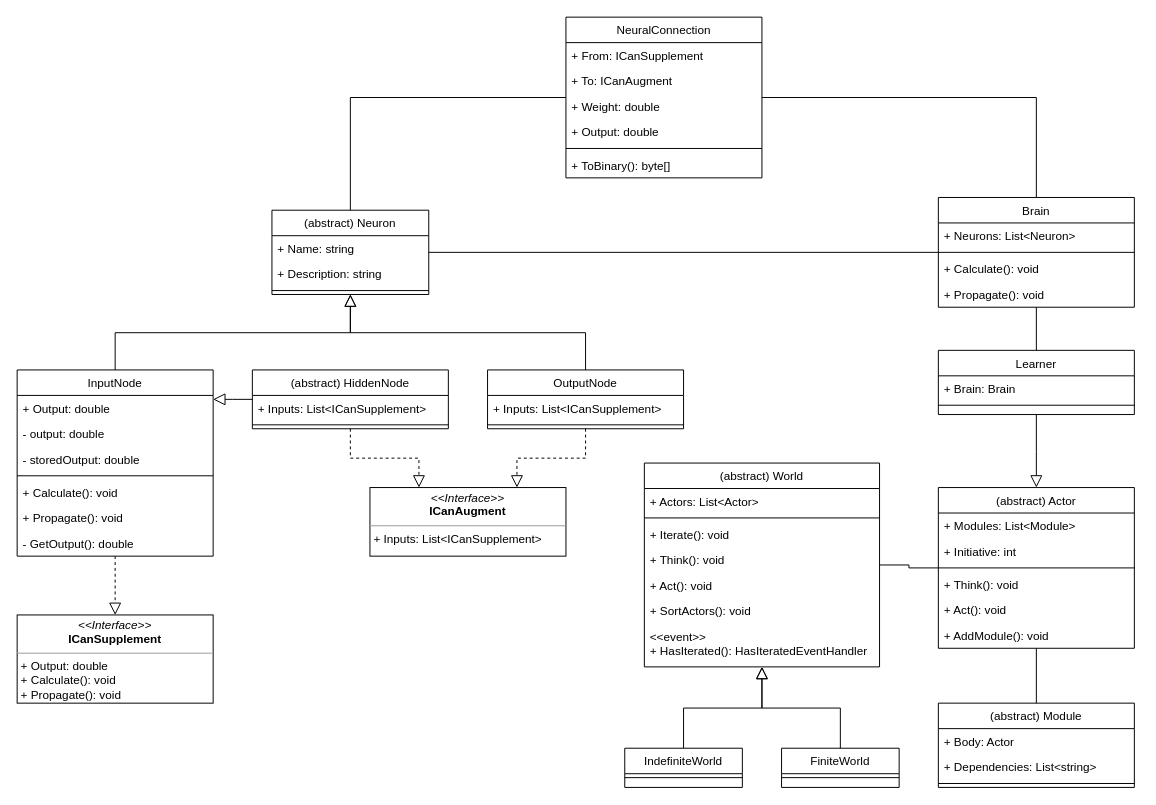
Earlier version of the draw.io diagram ClassDiagram.drawio (Exouxas/FosterScript.Core). Source tidied: cells renumbered, new cells numbered last; positions are measured from the earlier drawing's top-left corner, leaving out a move shared by most shapes. Both pictures are drawn from the tidied source at 98%, with x=0, y=0 at pixel (17, 17).
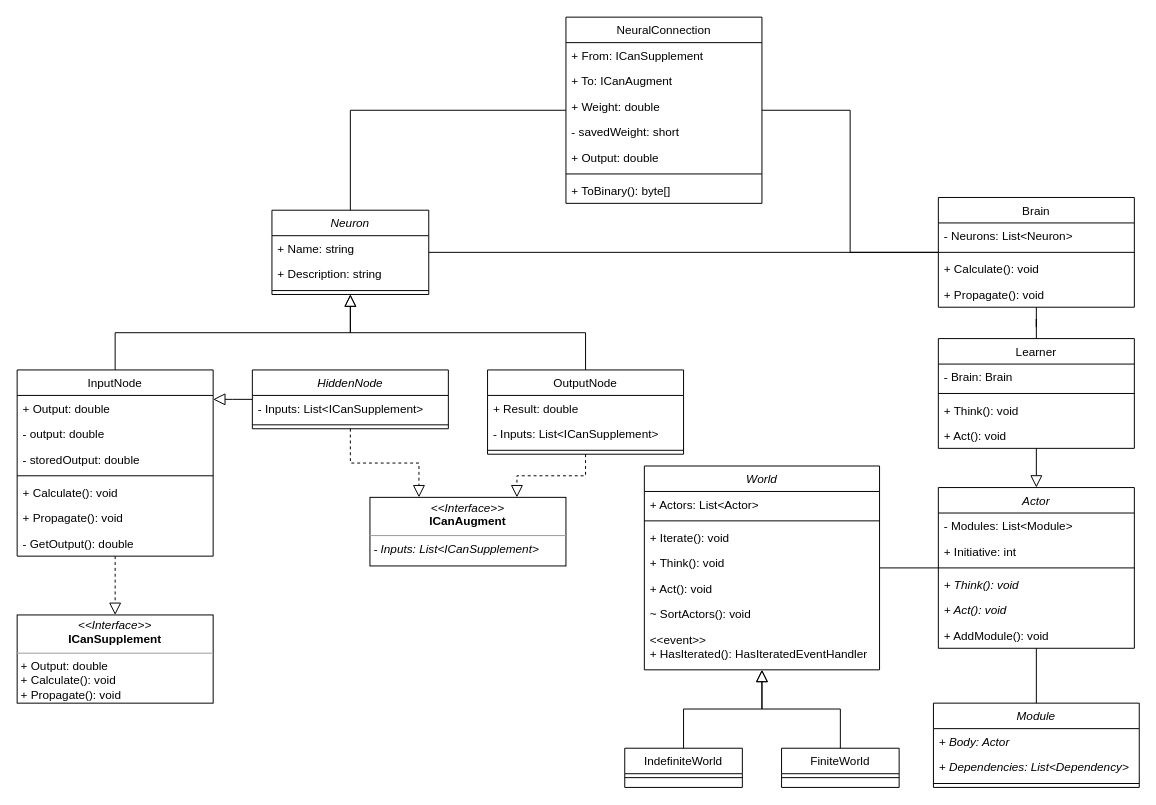
Above is the later version.

The change refers to these unchanged cells:
```xml
<mxCell id="36" value="Brain" style="swimlane;fontStyle=0;align=center;verticalAlign=top;horizontal=1;startSize=26;rounded=0;shadow=0;strokeWidth=1;" parent="1" vertex="1">
  <mxGeometry x="940" y="184" width="200" height="112" as="geometry" />
</mxCell>
```

The edit, as a diff of the source:
```diff
@@
-    <mxCell id="2" value="(abstract) Neuron" style="swimlane;fontStyle=0;align=center;verticalAlign=top;horizontal=1;startSize=26;rounded=0;shadow=0;strokeWidth=1;" parent="1" vertex="1">
+    <mxCell id="2" value="Neuron" style="swimlane;fontStyle=2;align=center;verticalAlign=top;horizontal=1;startSize=26;rounded=0;shadow=0;strokeWidth=1;" parent="1" vertex="1">
       <mxGeometry x="260" y="197" width="160" height="86" as="geometry" />
     </mxCell>
@@
     <mxCell id="15" value="OutputNode" style="swimlane;fontStyle=0;align=center;verticalAlign=top;horizontal=1;startSize=26;rounded=0;shadow=0;strokeWidth=1;" parent="1" vertex="1">
-      <mxGeometry x="480" y="360" width="200" height="60" as="geometry" />
+      <mxGeometry x="480" y="360" width="200" height="86" as="geometry" />
     </mxCell>
-    <mxCell id="16" value="+ Inputs: List&lt;ICanSupplement&gt;" style="text;align=left;verticalAlign=top;spacingLeft=4;spacingRight=4;overflow=hidden;rounded=0;shadow=0;html=0;" parent="15" vertex="1">
+    <mxCell id="16" value="+ Result: double" style="text;align=left;verticalAlign=top;spacingLeft=4;spacingRight=4;overflow=hidden;rounded=0;shadow=0;html=0;" parent="15" vertex="1">
       <mxGeometry y="26" width="200" height="26" as="geometry" />
     </mxCell>
+    <mxCell id="75" value="- Inputs: List&lt;ICanSupplement&gt;" style="text;align=left;verticalAlign=top;spacingLeft=4;spacingRight=4;overflow=hidden;rounded=0;shadow=0;html=0;" parent="15" vertex="1">
+      <mxGeometry y="52" width="200" height="26" as="geometry" />
+    </mxCell>
     <mxCell id="17" style="line;html=1;strokeWidth=1;align=left;verticalAlign=middle;spacingTop=-1;spacingLeft=3;spacingRight=3;labelPosition=right;" parent="15" vertex="1">
-      <mxGeometry y="52" width="200" height="8" as="geometry" />
+      <mxGeometry y="78" width="200" height="8" as="geometry" />
     </mxCell>
@@
-    <mxCell id="19" value="(abstract) Module" style="swimlane;fontStyle=0;align=center;verticalAlign=top;horizontal=1;startSize=26;rounded=0;shadow=0;strokeWidth=1;" parent="1" vertex="1">
-      <mxGeometry x="940" y="700" width="200" height="86" as="geometry" />
+    <mxCell id="19" value="Module" style="swimlane;fontStyle=2;align=center;verticalAlign=top;horizontal=1;startSize=26;rounded=0;shadow=0;strokeWidth=1;" parent="1" vertex="1">
+      <mxGeometry x="935" y="700" width="210" height="86" as="geometry" />
     </mxCell>
-    <mxCell id="20" value="+ Body: Actor" style="text;align=left;verticalAlign=top;spacingLeft=4;spacingRight=4;overflow=hidden;" parent="19" vertex="1">
-      <mxGeometry y="26" width="200" height="26" as="geometry" />
+    <mxCell id="20" value="+ Body: Actor" style="text;align=left;verticalAlign=top;spacingLeft=4;spacingRight=4;overflow=hidden;fontStyle=2;" parent="19" vertex="1">
+      <mxGeometry y="26" width="210" height="26" as="geometry" />
     </mxCell>
-    <mxCell id="21" value="+ Dependencies: List&lt;string&gt;" style="text;align=left;verticalAlign=top;spacingLeft=4;spacingRight=4;overflow=hidden;" parent="19" vertex="1">
-      <mxGeometry y="52" width="200" height="26" as="geometry" />
+    <mxCell id="21" value="+ Dependencies: List&lt;Dependency&gt;" style="text;align=left;verticalAlign=top;spacingLeft=4;spacingRight=4;overflow=hidden;fontStyle=2;" parent="19" vertex="1">
+      <mxGeometry y="52" width="210" height="26" as="geometry" />
     </mxCell>
     <mxCell id="22" style="line;html=1;strokeWidth=1;align=left;verticalAlign=middle;spacingTop=-1;spacingLeft=3;spacingRight=3;labelPosition=right;" parent="19" vertex="1">
-      <mxGeometry y="78" width="200" height="8" as="geometry" />
+      <mxGeometry y="78" width="210" height="8" as="geometry" />
     </mxCell>
@@
     <mxCell id="24" value="Learner" style="swimlane;fontStyle=0;align=center;verticalAlign=top;horizontal=1;startSize=26;rounded=0;shadow=0;strokeWidth=1;" parent="1" vertex="1">
-      <mxGeometry x="940" y="340" width="200" height="65.5" as="geometry" />
+      <mxGeometry x="940" y="328" width="200" height="112" as="geometry" />
     </mxCell>
-    <mxCell id="25" value="+ Brain: Brain" style="text;align=left;verticalAlign=top;spacingLeft=4;spacingRight=4;overflow=hidden;" parent="24" vertex="1">
+    <mxCell id="25" value="- Brain: Brain" style="text;align=left;verticalAlign=top;spacingLeft=4;spacingRight=4;overflow=hidden;" parent="24" vertex="1">
       <mxGeometry y="26" width="200" height="26" as="geometry" />
     </mxCell>
@@
+    <mxCell id="76" value="+ Think(): void" style="text;align=left;verticalAlign=top;spacingLeft=4;spacingRight=4;overflow=hidden;" parent="24" vertex="1">
+      <mxGeometry y="60" width="200" height="26" as="geometry" />
+    </mxCell>
+    <mxCell id="77" value="+ Act(): void" style="text;align=left;verticalAlign=top;spacingLeft=4;spacingRight=4;overflow=hidden;" parent="24" vertex="1">
+      <mxGeometry y="86" width="200" height="26" as="geometry" />
+    </mxCell>
-    <mxCell id="27" value="(abstract) HiddenNode" style="swimlane;fontStyle=0;align=center;verticalAlign=top;horizontal=1;startSize=26;rounded=0;shadow=0;strokeWidth=1;" parent="1" vertex="1">
+    <mxCell id="27" value="HiddenNode" style="swimlane;fontStyle=2;align=center;verticalAlign=top;horizontal=1;startSize=26;rounded=0;shadow=0;strokeWidth=1;" parent="1" vertex="1">
       <mxGeometry x="240" y="360" width="200" height="60" as="geometry" />
     </mxCell>
-    <mxCell id="28" value="+ Inputs: List&lt;ICanSupplement&gt;" style="text;align=left;verticalAlign=top;spacingLeft=4;spacingRight=4;overflow=hidden;rounded=0;shadow=0;html=0;" parent="27" vertex="1">
+    <mxCell id="28" value="- Inputs: List&lt;ICanSupplement&gt;" style="text;align=left;verticalAlign=top;spacingLeft=4;spacingRight=4;overflow=hidden;rounded=0;shadow=0;html=0;" parent="27" vertex="1">
       <mxGeometry y="26" width="200" height="26" as="geometry" />
     </mxCell>
@@
-    <mxCell id="31" value="&lt;p style=&quot;margin: 0px ; margin-top: 4px ; text-align: center&quot;&gt;&lt;i&gt;&amp;lt;&amp;lt;Interface&amp;gt;&amp;gt;&lt;/i&gt;&lt;br&gt;&lt;b&gt;ICanAugment&lt;/b&gt;&lt;/p&gt;&lt;hr size=&quot;1&quot;&gt;&lt;p style=&quot;margin: 0px ; margin-left: 4px&quot;&gt;+ Inputs: List&amp;lt;ICanSupplement&amp;gt;&lt;br&gt;&lt;/p&gt;" style="verticalAlign=top;align=left;overflow=fill;fontSize=12;fontFamily=Helvetica;html=1;" parent="1" vertex="1">
-      <mxGeometry x="360" y="480" width="200" height="70" as="geometry" />
+    <mxCell id="31" value="&lt;p style=&quot;margin: 0px ; margin-top: 4px ; text-align: center&quot;&gt;&lt;i&gt;&amp;lt;&amp;lt;Interface&amp;gt;&amp;gt;&lt;/i&gt;&lt;br&gt;&lt;b&gt;ICanAugment&lt;/b&gt;&lt;/p&gt;&lt;hr size=&quot;1&quot;&gt;&lt;p style=&quot;margin: 0px ; margin-left: 4px&quot;&gt;&lt;i&gt;- Inputs: List&amp;lt;ICanSupplement&amp;gt;&lt;/i&gt;&lt;br&gt;&lt;/p&gt;" style="verticalAlign=top;align=left;overflow=fill;fontSize=12;fontFamily=Helvetica;html=1;" parent="1" vertex="1">
+      <mxGeometry x="360" y="490" width="200" height="70" as="geometry" />
     </mxCell>
@@
-    <mxCell id="37" value="+ Neurons: List&lt;Neuron&gt;" style="text;align=left;verticalAlign=top;spacingLeft=4;spacingRight=4;overflow=hidden;" parent="36" vertex="1">
+    <mxCell id="37" value="- Neurons: List&lt;Neuron&gt;" style="text;align=left;verticalAlign=top;spacingLeft=4;spacingRight=4;overflow=hidden;" parent="36" vertex="1">
       <mxGeometry y="26" width="200" height="26" as="geometry" />
     </mxCell>
@@
-    <mxCell id="43" value="(abstract) World" style="swimlane;fontStyle=0;align=center;verticalAlign=top;horizontal=1;startSize=26;rounded=0;shadow=0;strokeWidth=1;" parent="1" vertex="1">
-      <mxGeometry x="640" y="455" width="240" height="208" as="geometry" />
+    <mxCell id="43" value="World" style="swimlane;fontStyle=2;align=center;verticalAlign=top;horizontal=1;startSize=26;rounded=0;shadow=0;strokeWidth=1;" parent="1" vertex="1">
+      <mxGeometry x="640" y="458" width="240" height="208" as="geometry" />
     </mxCell>
@@
-    <mxCell id="49" value="+ SortActors(): void" style="text;align=left;verticalAlign=top;spacingLeft=4;spacingRight=4;overflow=hidden;" parent="43" vertex="1">
+    <mxCell id="49" value="~ SortActors(): void" style="text;align=left;verticalAlign=top;spacingLeft=4;spacingRight=4;overflow=hidden;" parent="43" vertex="1">
       <mxGeometry y="138" width="240" height="26" as="geometry" />
     </mxCell>
@@
-    <mxCell id="58" value="(abstract) Actor" style="swimlane;fontStyle=0;align=center;verticalAlign=top;horizontal=1;startSize=26;rounded=0;shadow=0;strokeWidth=1;" parent="1" vertex="1">
+    <mxCell id="58" value="Actor" style="swimlane;fontStyle=2;align=center;verticalAlign=top;horizontal=1;startSize=26;rounded=0;shadow=0;strokeWidth=1;" parent="1" vertex="1">
       <mxGeometry x="940" y="480" width="200" height="164" as="geometry" />
     </mxCell>
-    <mxCell id="59" value="+ Modules: List&lt;Module&gt;" style="text;align=left;verticalAlign=top;spacingLeft=4;spacingRight=4;overflow=hidden;" parent="58" vertex="1">
+    <mxCell id="59" value="- Modules: List&lt;Module&gt;" style="text;align=left;verticalAlign=top;spacingLeft=4;spacingRight=4;overflow=hidden;" parent="58" vertex="1">
       <mxGeometry y="26" width="200" height="26" as="geometry" />
     </mxCell>
@@
-    <mxCell id="62" value="+ Think(): void" style="text;align=left;verticalAlign=top;spacingLeft=4;spacingRight=4;overflow=hidden;" parent="58" vertex="1">
+    <mxCell id="62" value="+ Think(): void" style="text;align=left;verticalAlign=top;spacingLeft=4;spacingRight=4;overflow=hidden;fontStyle=2;" parent="58" vertex="1">
       <mxGeometry y="86" width="200" height="26" as="geometry" />
     </mxCell>
-    <mxCell id="63" value="+ Act(): void" style="text;align=left;verticalAlign=top;spacingLeft=4;spacingRight=4;overflow=hidden;" parent="58" vertex="1">
+    <mxCell id="63" value="+ Act(): void" style="text;align=left;verticalAlign=top;spacingLeft=4;spacingRight=4;overflow=hidden;fontStyle=2;" parent="58" vertex="1">
       <mxGeometry y="112" width="200" height="26" as="geometry" />
     </mxCell>
@@
     <mxCell id="68" value="NeuralConnection" style="swimlane;fontStyle=0;align=center;verticalAlign=top;horizontal=1;startSize=26;rounded=0;shadow=0;strokeWidth=1;" parent="1" vertex="1">
-      <mxGeometry x="560" width="200" height="164" as="geometry" />
+      <mxGeometry x="560" width="200" height="190" as="geometry" />
     </mxCell>
@@
+    <mxCell id="78" value="- savedWeight: short" style="text;align=left;verticalAlign=top;spacingLeft=4;spacingRight=4;overflow=hidden;" parent="68" vertex="1">
+      <mxGeometry y="104" width="200" height="26" as="geometry" />
+    </mxCell>
     <mxCell id="72" value="+ Output: double" style="text;align=left;verticalAlign=top;spacingLeft=4;spacingRight=4;overflow=hidden;" parent="68" vertex="1">
-      <mxGeometry y="104" width="200" height="26" as="geometry" />
+      <mxGeometry y="130" width="200" height="26" as="geometry" />
     </mxCell>
     <mxCell id="73" style="line;html=1;strokeWidth=1;align=left;verticalAlign=middle;spacingTop=-1;spacingLeft=3;spacingRight=3;labelPosition=right;" parent="68" vertex="1">
-      <mxGeometry y="130" width="200" height="8" as="geometry" />
+      <mxGeometry y="156" width="200" height="8" as="geometry" />
     </mxCell>
     <mxCell id="74" value="+ ToBinary(): byte[]" style="text;align=left;verticalAlign=top;spacingLeft=4;spacingRight=4;overflow=hidden;" parent="68" vertex="1">
-      <mxGeometry y="138" width="200" height="26" as="geometry" />
+      <mxGeometry y="164" width="200" height="26" as="geometry" />
     </mxCell>
```
